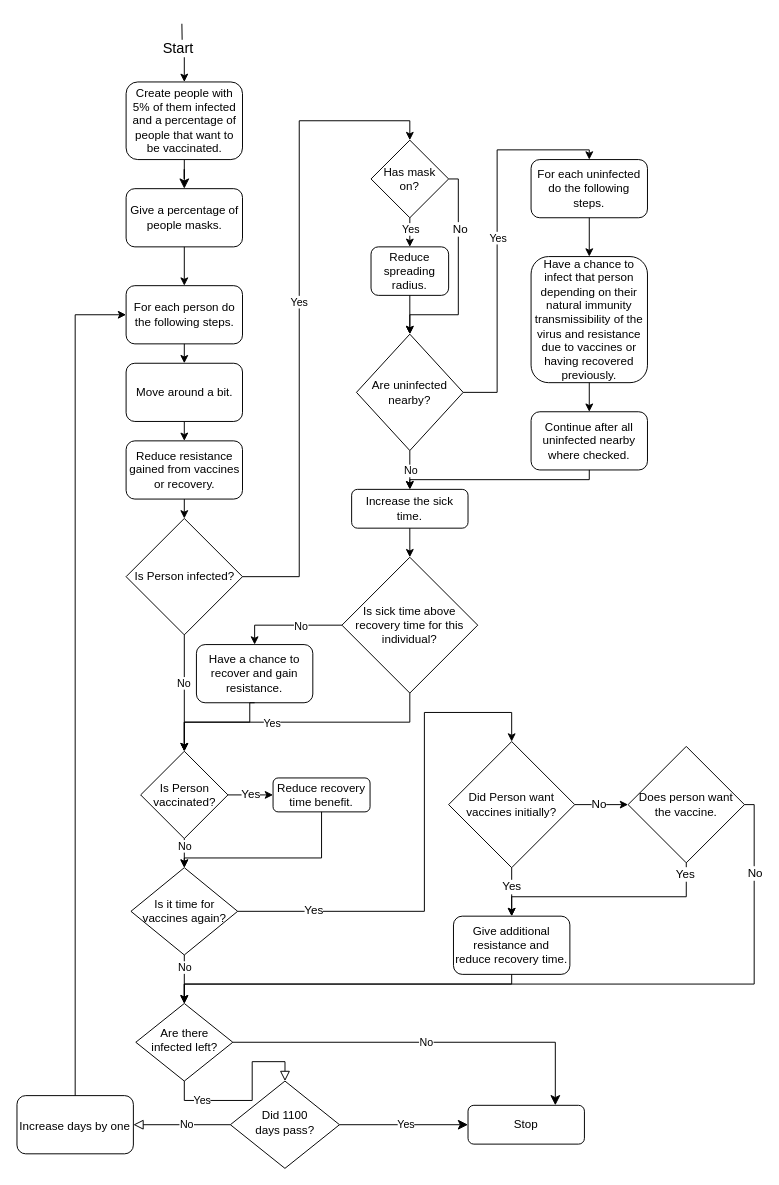
Earlier version of the draw.io diagram Model-Description.drawio (jojoscholzgmailcom/ATP_Final_Project). Source tidied: cells renumbered, new cells numbered last; positions are measured from the earlier drawing's top-left corner, leaving out a move shared by most shapes. Both pictures are drawn from the tidied source at 97%, with x=0, y=0 at pixel (16, 23).
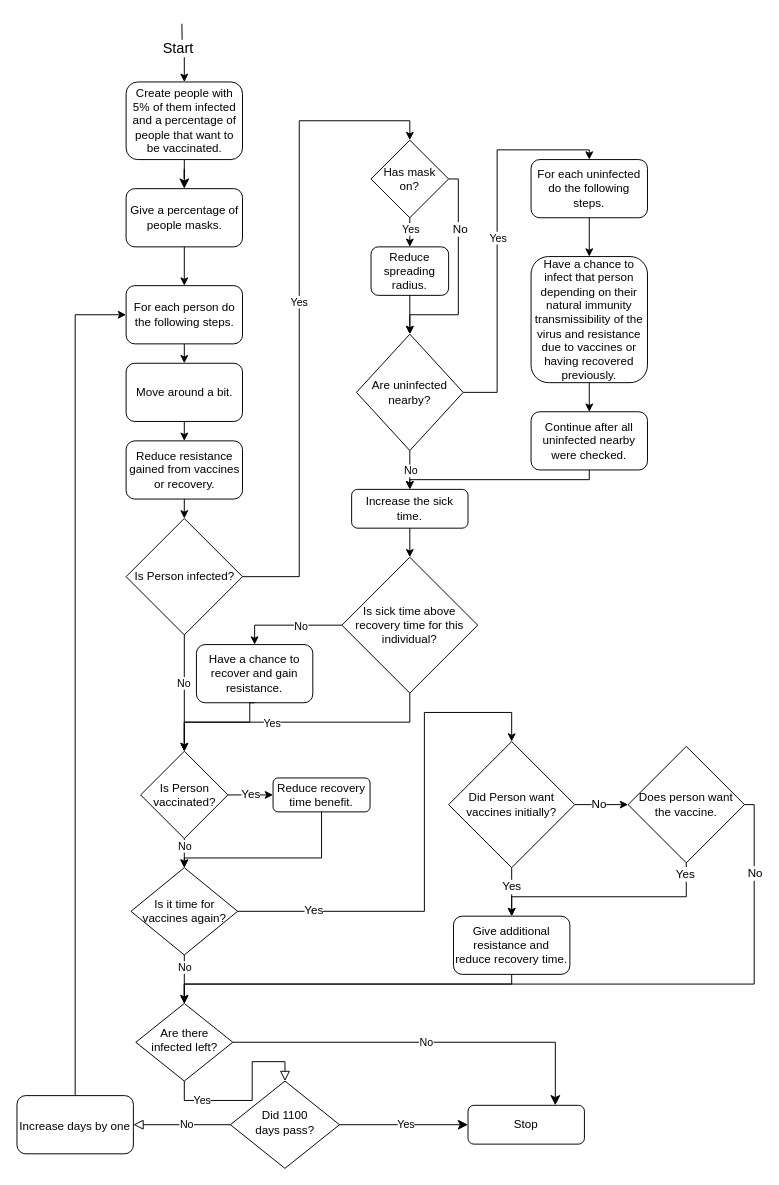
The same page after the edit.

Commit message (it also covers changes not shown here):
Fixed spelling error

The edit, as a diff of the source:
```diff
@@
-    <mxCell id="45" value="Continue after all uninfected nearby where checked." style="rounded=1;whiteSpace=wrap;html=1;fontSize=12;" parent="1" vertex="1">
+    <mxCell id="45" value="Continue after all uninfected nearby were checked." style="rounded=1;whiteSpace=wrap;html=1;fontSize=12;" parent="1" vertex="1">
       <mxGeometry x="530" y="400" width="120" height="60" as="geometry" />
     </mxCell>
```
